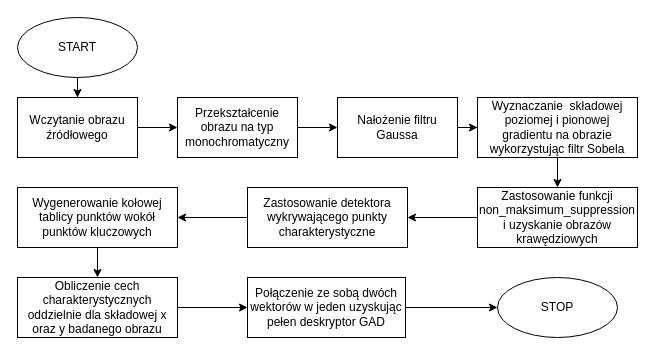
The draw.io diagram Untitled Diagram.drawio in woytegit/ope, before the edit. Source tidied: cells renumbered, new cells numbered last; positions are measured from the earlier drawing's top-left corner, leaving out a move shared by most shapes. Both pictures are drawn from the tidied source at 100%, with x=0, y=0 at pixel (17, 17).
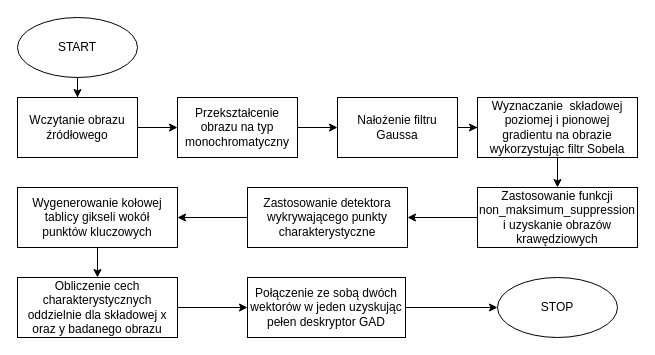
The same page after the edit.

What changed in the source:
```diff
@@
-    <mxCell id="17" value="Wygenerowanie kołowej tablicy punktów wokół punktów kluczowych" style="whiteSpace=wrap;html=1;" parent="1" vertex="1">
+    <mxCell id="17" value="Wygenerowanie kołowej tablicy gikseli wokół &lt;br&gt;punktów kluczowych" style="whiteSpace=wrap;html=1;" parent="1" vertex="1">
       <mxGeometry y="170" width="160" height="60" as="geometry" />
     </mxCell>
```
